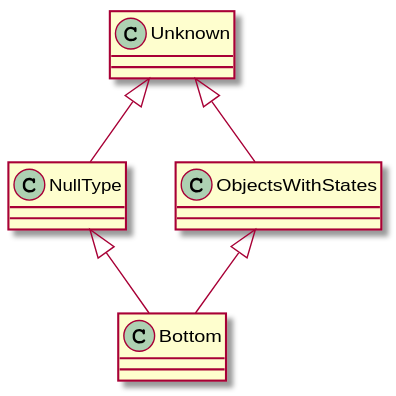
Earlier version of the PlantUML export type_system.svg (jdmota/java-typestate-checker).
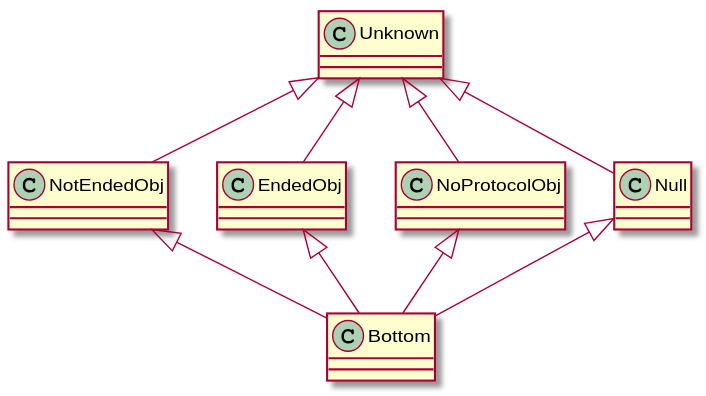
After the change.

What changed in the source:
```diff
@@ -1,6 +1,10 @@
 @startuml
-Unknown <|-- NullType
-Unknown <|-- ObjectsWithStates
-NullType <|-- Bottom
-ObjectsWithStates <|-- Bottom
+Unknown <|-- NotEndedObj
+Unknown <|-- EndedObj
+Unknown <|-- NoProtocolObj
+Unknown <|-- Null
+NotEndedObj <|-- Bottom
+EndedObj <|-- Bottom
+NoProtocolObj <|-- Bottom
+Null <|-- Bottom
 @enduml
```
